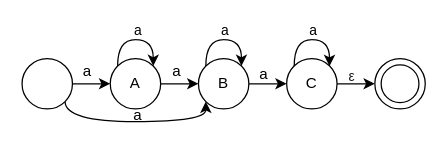
Earlier version of the draw.io diagram page "coldwave" (5 of 6) of whyIntervalEvent.drawio (LiLiJacky/graphData). Source tidied: cells renumbered, new cells numbered last; positions are measured from the earlier drawing's top-left corner, leaving out a move shared by most shapes. Both pictures are drawn from the tidied source at 126%, with x=0, y=0 at pixel (21, 39).
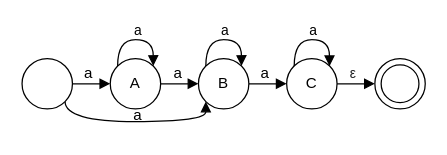
The same page after the edit.

Unchanged cells that the change refers to:
```xml
<mxCell id="4" style="ellipse;whiteSpace=wrap;html=1;" parent="1" vertex="1">
  <mxGeometry y="15" width="40" height="40" as="geometry" />
</mxCell>
<mxCell id="6" value="A" style="ellipse;whiteSpace=wrap;html=1;" parent="1" vertex="1">
  <mxGeometry x="70" y="15" width="40" height="40" as="geometry" />
</mxCell>
<mxCell id="8" value="B" style="ellipse;whiteSpace=wrap;html=1;" parent="1" vertex="1">
  <mxGeometry x="140" y="15" width="40" height="40" as="geometry" />
</mxCell>
<mxCell id="14" style="ellipse;whiteSpace=wrap;html=1;" parent="13" vertex="1">
  <mxGeometry width="40" height="40" as="geometry" />
</mxCell>
<mxCell id="17" value="C" style="ellipse;whiteSpace=wrap;html=1;" parent="1" vertex="1">
  <mxGeometry x="210" y="15" width="40" height="40" as="geometry" />
</mxCell>
```

Diff of the diagram source:
```diff
@@
-    <mxCell id="2" style="edgeStyle=orthogonalEdgeStyle;rounded=0;jettySize=auto;html=1;entryX=0;entryY=0.5;entryDx=0;entryDy=0;" parent="1" edge="1" source="4" target="6">
+    <mxCell id="2" style="edgeStyle=orthogonalEdgeStyle;rounded=0;jettySize=auto;html=1;entryX=0;entryY=0.5;entryDx=0;entryDy=0;endArrow=block;endFill=1;" parent="1" edge="1" source="4" target="6">
       <mxGeometry relative="1" as="geometry" />
     </mxCell>
-    <mxCell id="3" style="edgeStyle=orthogonalEdgeStyle;rounded=0;jettySize=auto;html=1;exitX=1;exitY=1;exitDx=0;exitDy=0;entryX=0;entryY=1;entryDx=0;entryDy=0;curved=1;" parent="1" edge="1" source="4" target="8">
+    <mxCell id="3" style="edgeStyle=orthogonalEdgeStyle;rounded=0;jettySize=auto;html=1;exitX=1;exitY=1;exitDx=0;exitDy=0;entryX=0;entryY=1;entryDx=0;entryDy=0;curved=1;endArrow=block;endFill=1;" parent="1" edge="1" source="4" target="8">
       <mxGeometry relative="1" as="geometry">
         <Array as="points">
           <mxPoint x="34" y="65" />
           <mxPoint x="146" y="65" />
         </Array>
       </mxGeometry>
     </mxCell>
@@
-    <mxCell id="5" style="edgeStyle=orthogonalEdgeStyle;rounded=0;jettySize=auto;html=1;entryX=0;entryY=0.5;entryDx=0;entryDy=0;" parent="1" edge="1" source="6" target="8">
+    <mxCell id="5" style="edgeStyle=orthogonalEdgeStyle;rounded=0;jettySize=auto;html=1;entryX=0;entryY=0.5;entryDx=0;entryDy=0;endArrow=block;endFill=1;" parent="1" edge="1" source="6" target="8">
       <mxGeometry relative="1" as="geometry" />
     </mxCell>
@@
-    <mxCell id="7" style="edgeStyle=orthogonalEdgeStyle;rounded=0;jettySize=auto;html=1;" parent="1" edge="1" source="8" target="17">
+    <mxCell id="7" style="edgeStyle=orthogonalEdgeStyle;rounded=0;jettySize=auto;html=1;endArrow=block;endFill=1;" parent="1" edge="1" source="8" target="17">
       <mxGeometry relative="1" as="geometry" />
     </mxCell>
@@
-    <mxCell id="9" style="edgeStyle=orthogonalEdgeStyle;rounded=0;orthogonalLoop=1;jettySize=auto;html=1;exitX=0;exitY=0;exitDx=0;exitDy=0;entryX=1;entryY=0;entryDx=0;entryDy=0;curved=1;" parent="1" edge="1" source="6" target="6">
+    <mxCell id="9" style="edgeStyle=orthogonalEdgeStyle;rounded=0;orthogonalLoop=1;jettySize=auto;html=1;exitX=0;exitY=0;exitDx=0;exitDy=0;entryX=1;entryY=0;entryDx=0;entryDy=0;curved=1;endArrow=block;endFill=1;" parent="1" edge="1" source="6" target="6">
       <mxGeometry relative="1" as="geometry">
         <Array as="points">
           <mxPoint x="76" />
           <mxPoint x="104" />
         </Array>
       </mxGeometry>
     </mxCell>
@@
-    <mxCell id="11" style="edgeStyle=orthogonalEdgeStyle;rounded=0;orthogonalLoop=1;jettySize=auto;html=1;exitX=0;exitY=0;exitDx=0;exitDy=0;entryX=1;entryY=0;entryDx=0;entryDy=0;curved=1;" parent="1" edge="1" source="8" target="8">
+    <mxCell id="11" style="edgeStyle=orthogonalEdgeStyle;rounded=0;orthogonalLoop=1;jettySize=auto;html=1;exitX=0;exitY=0;exitDx=0;exitDy=0;entryX=1;entryY=0;entryDx=0;entryDy=0;curved=1;endArrow=block;endFill=1;" parent="1" edge="1" source="8" target="8">
       <mxGeometry relative="1" as="geometry">
         <Array as="points">
           <mxPoint x="146" />
           <mxPoint x="174" />
         </Array>
       </mxGeometry>
     </mxCell>
@@
-    <mxCell id="16" style="edgeStyle=orthogonalEdgeStyle;rounded=0;jettySize=auto;html=1;entryX=0;entryY=0.5;entryDx=0;entryDy=0;" parent="1" edge="1" source="17" target="14">
+    <mxCell id="16" style="edgeStyle=orthogonalEdgeStyle;rounded=0;jettySize=auto;html=1;entryX=0;entryY=0.5;entryDx=0;entryDy=0;endArrow=block;endFill=1;" parent="1" edge="1" source="17" target="14">
       <mxGeometry relative="1" as="geometry" />
     </mxCell>
@@
-    <mxCell id="18" style="edgeStyle=orthogonalEdgeStyle;rounded=0;orthogonalLoop=1;jettySize=auto;html=1;exitX=0;exitY=0;exitDx=0;exitDy=0;entryX=1;entryY=0;entryDx=0;entryDy=0;curved=1;" parent="1" edge="1">
+    <mxCell id="18" style="edgeStyle=orthogonalEdgeStyle;rounded=0;orthogonalLoop=1;jettySize=auto;html=1;exitX=0;exitY=0;exitDx=0;exitDy=0;entryX=1;entryY=0;entryDx=0;entryDy=0;curved=1;endArrow=block;endFill=1;" parent="1" edge="1">
       <mxGeometry relative="1" as="geometry">
         <mxPoint x="216" y="21" as="sourcePoint" />
         <mxPoint x="244" y="21" as="targetPoint" />
         <Array as="points">
           <mxPoint x="216" />
           <mxPoint x="244" />
         </Array>
       </mxGeometry>
     </mxCell>
@@
     <mxCell id="20" value="a" style="text;html=1;align=center;verticalAlign=middle;whiteSpace=wrap;rounded=0;" parent="1" vertex="1">
-      <mxGeometry x="22" y="10" width="60" height="30" as="geometry" />
+      <mxGeometry x="23" y="12" width="60" height="30" as="geometry" />
     </mxCell>
     <mxCell id="21" value="a" style="text;html=1;align=center;verticalAlign=middle;whiteSpace=wrap;rounded=0;" parent="1" vertex="1">
-      <mxGeometry x="93" y="10" width="60" height="30" as="geometry" />
+      <mxGeometry x="94" y="12" width="60" height="30" as="geometry" />
     </mxCell>
     <mxCell id="22" value="a" style="text;html=1;align=center;verticalAlign=middle;whiteSpace=wrap;rounded=0;" parent="1" vertex="1">
-      <mxGeometry x="162" y="13" width="60" height="30" as="geometry" />
+      <mxGeometry x="163" y="12" width="60" height="30" as="geometry" />
     </mxCell>
     <mxCell id="23" value="&lt;span style=&quot;color: rgb(32, 33, 36); font-family: &amp;quot;Google Sans&amp;quot;, Arial, sans-serif; font-size: 11px; text-align: left;&quot;&gt;ε&lt;/span&gt;" style="text;html=1;align=center;verticalAlign=middle;whiteSpace=wrap;rounded=0;" parent="1" vertex="1">
-      <mxGeometry x="232" y="14" width="60" height="30" as="geometry" />
+      <mxGeometry x="233" y="12" width="60" height="30" as="geometry" />
     </mxCell>
```
